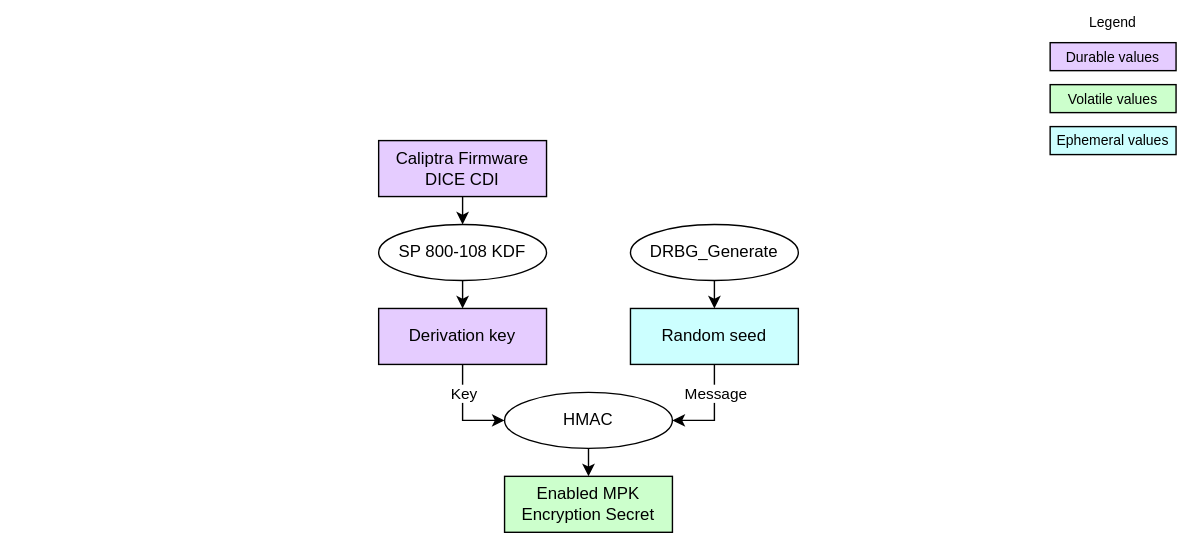
chipsalliance/Caliptra keeps this draw.io diagram as doc/ocp_lock/diagrams/enabled_mpk_secret_generation.drawio.svg. Above is the earlier version. Source tidied: cells renumbered, new cells last; positions are measured from the earlier drawing's top-left corner, leaving out a move shared by most shapes. Source of this version:
```xml
<mxGraphModel background="#ffffff">
  <root>
    <mxCell id="0" />
    <mxCell id="1" parent="0" />
    <mxCell id="2" style="edgeStyle=none;html=1;exitX=0.5;exitY=1;exitDx=0;exitDy=0;entryX=0.5;entryY=0;entryDx=0;entryDy=0;" parent="1" edge="1" source="12" target="5">
      <mxGeometry relative="1" as="geometry" />
    </mxCell>
    <mxCell id="3" style="edgeStyle=orthogonalEdgeStyle;html=1;exitX=0.5;exitY=1;exitDx=0;exitDy=0;entryX=1;entryY=0.5;entryDx=0;entryDy=0;rounded=0;" parent="1" edge="1" source="5" target="7">
      <mxGeometry relative="1" as="geometry" />
    </mxCell>
    <mxCell id="4" value="Message" style="edgeLabel;html=1;align=center;verticalAlign=middle;" parent="3" vertex="1">
      <mxGeometry x="-0.13" relative="1" as="geometry">
        <mxPoint y="-10" as="offset" />
      </mxGeometry>
    </mxCell>
    <mxCell id="5" value="&lt;div&gt;&lt;font color=&quot;#000000&quot;&gt;Random seed&lt;/font&gt;&lt;/div&gt;" style="rounded=0;whiteSpace=wrap;html=1;align=center;verticalAlign=middle;shadow=0;glass=0;spacingLeft=0;spacingBottom=0;spacingTop=0;fillColor=#CCFFFF;" parent="1" vertex="1">
      <mxGeometry x="450" y="220" width="120" height="40" as="geometry" />
    </mxCell>
    <mxCell id="6" style="edgeStyle=none;html=1;exitX=0.5;exitY=1;exitDx=0;exitDy=0;entryX=0.5;entryY=0;entryDx=0;entryDy=0;" parent="1" edge="1" source="7" target="8">
      <mxGeometry relative="1" as="geometry" />
    </mxCell>
    <mxCell id="7" value="HMAC" style="ellipse;whiteSpace=wrap;html=1;fillColor=#FFFFFF;" parent="1" vertex="1">
      <mxGeometry x="360" y="280" width="120" height="40" as="geometry" />
    </mxCell>
    <mxCell id="8" value="&lt;div&gt;&lt;font color=&quot;#000000&quot;&gt;Enabled MPK Encryption Secret&lt;/font&gt;&lt;/div&gt;" style="rounded=0;whiteSpace=wrap;html=1;align=center;verticalAlign=middle;shadow=0;glass=0;spacingLeft=0;spacingBottom=0;spacingTop=0;fillColor=#CCFFCC;" parent="1" vertex="1">
      <mxGeometry x="360" y="340" width="120" height="40" as="geometry" />
    </mxCell>
    <mxCell id="9" style="edgeStyle=orthogonalEdgeStyle;html=1;exitX=0.5;exitY=1;exitDx=0;exitDy=0;entryX=0;entryY=0.5;entryDx=0;entryDy=0;rounded=0;" parent="1" edge="1" source="11" target="7">
      <mxGeometry relative="1" as="geometry" />
    </mxCell>
    <mxCell id="10" value="Key" style="edgeLabel;html=1;align=center;verticalAlign=middle;" parent="9" vertex="1">
      <mxGeometry x="-0.16" relative="1" as="geometry">
        <mxPoint y="-10" as="offset" />
      </mxGeometry>
    </mxCell>
    <mxCell id="11" value="Derivation key" style="rounded=0;whiteSpace=wrap;html=1;align=center;verticalAlign=middle;shadow=0;glass=0;spacingLeft=0;spacingBottom=0;spacingTop=0;fillColor=#E5CCFF;" parent="1" vertex="1">
      <mxGeometry x="270" y="220" width="120" height="40" as="geometry" />
    </mxCell>
    <mxCell id="12" value="DRBG_Generate" style="ellipse;whiteSpace=wrap;html=1;fillColor=#FFFFFF;" parent="1" vertex="1">
      <mxGeometry x="450" y="160" width="120" height="40" as="geometry" />
    </mxCell>
    <mxCell id="13" value="&lt;div&gt;&lt;font color=&quot;#000000&quot;&gt;Durable values&lt;/font&gt;&lt;/div&gt;" style="rounded=0;whiteSpace=wrap;html=1;align=center;verticalAlign=middle;shadow=0;glass=0;spacingLeft=0;spacingBottom=0;spacingTop=0;fillColor=#E5CCFF;fontSize=10;" parent="1" vertex="1">
      <mxGeometry x="750" y="30" width="90" height="20" as="geometry" />
    </mxCell>
    <mxCell id="14" value="Legend" style="text;strokeColor=none;align=center;fillColor=none;html=1;verticalAlign=middle;whiteSpace=wrap;rounded=0;fontSize=10;" parent="1" vertex="1">
      <mxGeometry x="765" width="60" height="30" as="geometry" />
    </mxCell>
    <mxCell id="15" style="rounded=0;whiteSpace=wrap;html=1;align=center;verticalAlign=middle;shadow=0;glass=0;spacingLeft=0;spacingBottom=0;spacingTop=0;fillColor=#FFFFFF;fontSize=10;strokeColor=#FFFFFF;" parent="1" vertex="1">
      <mxGeometry y="40" width="90" height="20" as="geometry" />
    </mxCell>
    <mxCell id="16" style="edgeStyle=none;html=1;exitX=0.5;exitY=1;exitDx=0;exitDy=0;entryX=0.5;entryY=0;entryDx=0;entryDy=0;" parent="1" edge="1" source="17" target="19">
      <mxGeometry relative="1" as="geometry" />
    </mxCell>
    <mxCell id="17" value="&lt;div&gt;&lt;font color=&quot;#000000&quot;&gt;Caliptra Firmware DICE CDI&lt;/font&gt;&lt;/div&gt;" style="rounded=0;whiteSpace=wrap;html=1;align=center;verticalAlign=middle;shadow=0;glass=0;spacingLeft=0;spacingBottom=0;spacingTop=0;fillColor=#E5CCFF;" parent="1" vertex="1">
      <mxGeometry x="270" y="100" width="120" height="40" as="geometry" />
    </mxCell>
    <mxCell id="18" style="edgeStyle=none;html=1;exitX=0.5;exitY=1;exitDx=0;exitDy=0;entryX=0.5;entryY=0;entryDx=0;entryDy=0;" parent="1" edge="1" source="19" target="11">
      <mxGeometry relative="1" as="geometry" />
    </mxCell>
    <mxCell id="19" value="SP 800-108 KDF" style="ellipse;whiteSpace=wrap;html=1;fillColor=#FFFFFF;" parent="1" vertex="1">
      <mxGeometry x="270" y="160" width="120" height="40" as="geometry" />
    </mxCell>
    <mxCell id="20" value="&lt;div&gt;&lt;font color=&quot;#000000&quot;&gt;Ephemeral values&lt;/font&gt;&lt;/div&gt;" style="rounded=0;whiteSpace=wrap;html=1;align=center;verticalAlign=middle;shadow=0;glass=0;spacingLeft=0;spacingBottom=0;spacingTop=0;fillColor=#CCFFFF;fontSize=10;" parent="1" vertex="1">
      <mxGeometry x="750" y="90" width="90" height="20" as="geometry" />
    </mxCell>
    <mxCell id="21" value="&lt;div&gt;&lt;font color=&quot;#000000&quot;&gt;Volatile values&lt;/font&gt;&lt;/div&gt;" style="rounded=0;whiteSpace=wrap;html=1;align=center;verticalAlign=middle;shadow=0;glass=0;spacingLeft=0;spacingBottom=0;spacingTop=0;fillColor=#CCFFCC;fontSize=10;" parent="1" vertex="1">
      <mxGeometry x="750" y="60" width="90" height="20" as="geometry" />
    </mxCell>
  </root>
</mxGraphModel>
```
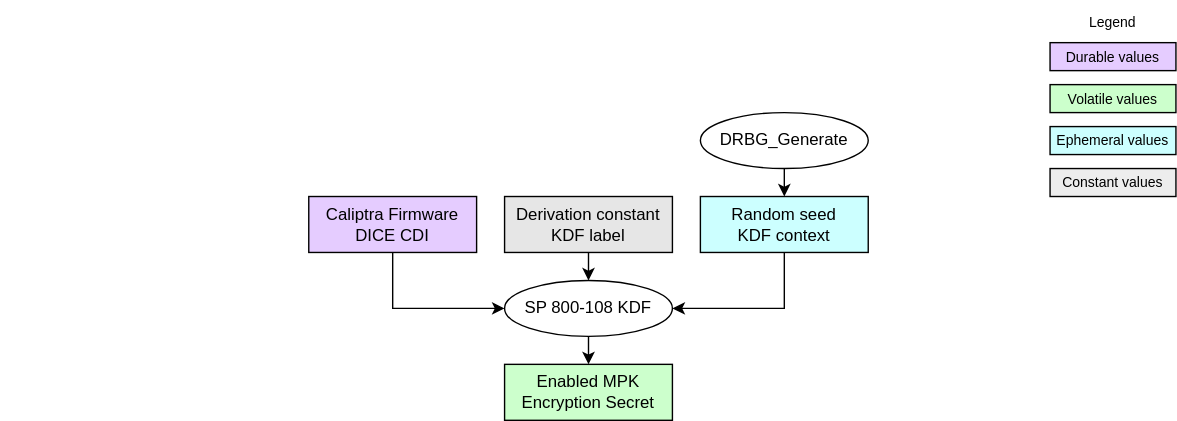
Above is the later version.

Diff of the diagram source:
```diff
@@ -5,39 +5,21 @@
     <mxCell id="2" style="edgeStyle=none;html=1;exitX=0.5;exitY=1;exitDx=0;exitDy=0;entryX=0.5;entryY=0;entryDx=0;entryDy=0;" parent="1" edge="1" source="12" target="5">
       <mxGeometry relative="1" as="geometry" />
     </mxCell>
-    <mxCell id="3" style="edgeStyle=orthogonalEdgeStyle;html=1;exitX=0.5;exitY=1;exitDx=0;exitDy=0;entryX=1;entryY=0.5;entryDx=0;entryDy=0;rounded=0;" parent="1" edge="1" source="5" target="7">
-      <mxGeometry relative="1" as="geometry" />
+    <mxCell id="3" style="edgeStyle=orthogonalEdgeStyle;html=1;exitX=0.5;exitY=1;exitDx=0;exitDy=0;entryX=1;entryY=0.5;entryDx=0;entryDy=0;rounded=0;" parent="1" edge="1" source="5" target="19">
+      <mxGeometry x="0.33" relative="1" as="geometry">
+        <Array as="points">
+          <mxPoint x="560" y="220" />
+        </Array>
+      </mxGeometry>
     </mxCell>
-    <mxCell id="4" value="Message" style="edgeLabel;html=1;align=center;verticalAlign=middle;" parent="3" vertex="1">
-      <mxGeometry x="-0.13" relative="1" as="geometry">
-        <mxPoint y="-10" as="offset" />
-      </mxGeometry>
-    </mxCell>
-    <mxCell id="5" value="&lt;div&gt;&lt;font color=&quot;#000000&quot;&gt;Random seed&lt;/font&gt;&lt;/div&gt;" style="rounded=0;whiteSpace=wrap;html=1;align=center;verticalAlign=middle;shadow=0;glass=0;spacingLeft=0;spacingBottom=0;spacingTop=0;fillColor=#CCFFFF;" parent="1" vertex="1">
-      <mxGeometry x="450" y="220" width="120" height="40" as="geometry" />
+    <mxCell id="5" value="&lt;div&gt;&lt;font color=&quot;#000000&quot;&gt;Random seed&lt;/font&gt;&lt;/div&gt;&lt;div&gt;&lt;font color=&quot;#000000&quot;&gt;KDF context&lt;/font&gt;&lt;/div&gt;" style="rounded=0;whiteSpace=wrap;html=1;align=center;verticalAlign=middle;shadow=0;glass=0;spacingLeft=0;spacingBottom=0;spacingTop=0;fillColor=#CCFFFF;" parent="1" vertex="1">
+      <mxGeometry x="500" y="140" width="120" height="40" as="geometry" />
     </mxCell>
-    <mxCell id="6" style="edgeStyle=none;html=1;exitX=0.5;exitY=1;exitDx=0;exitDy=0;entryX=0.5;entryY=0;entryDx=0;entryDy=0;" parent="1" edge="1" source="7" target="8">
-      <mxGeometry relative="1" as="geometry" />
-    </mxCell>
-    <mxCell id="7" value="HMAC" style="ellipse;whiteSpace=wrap;html=1;fillColor=#FFFFFF;" parent="1" vertex="1">
-      <mxGeometry x="360" y="280" width="120" height="40" as="geometry" />
-    </mxCell>
     <mxCell id="8" value="&lt;div&gt;&lt;font color=&quot;#000000&quot;&gt;Enabled MPK Encryption Secret&lt;/font&gt;&lt;/div&gt;" style="rounded=0;whiteSpace=wrap;html=1;align=center;verticalAlign=middle;shadow=0;glass=0;spacingLeft=0;spacingBottom=0;spacingTop=0;fillColor=#CCFFCC;" parent="1" vertex="1">
-      <mxGeometry x="360" y="340" width="120" height="40" as="geometry" />
+      <mxGeometry x="360" y="260" width="120" height="40" as="geometry" />
     </mxCell>
-    <mxCell id="9" style="edgeStyle=orthogonalEdgeStyle;html=1;exitX=0.5;exitY=1;exitDx=0;exitDy=0;entryX=0;entryY=0.5;entryDx=0;entryDy=0;rounded=0;" parent="1" edge="1" source="11" target="7">
-      <mxGeometry relative="1" as="geometry" />
-    </mxCell>
-    <mxCell id="10" value="Key" style="edgeLabel;html=1;align=center;verticalAlign=middle;" parent="9" vertex="1">
-      <mxGeometry x="-0.16" relative="1" as="geometry">
-        <mxPoint y="-10" as="offset" />
-      </mxGeometry>
-    </mxCell>
-    <mxCell id="11" value="Derivation key" style="rounded=0;whiteSpace=wrap;html=1;align=center;verticalAlign=middle;shadow=0;glass=0;spacingLeft=0;spacingBottom=0;spacingTop=0;fillColor=#E5CCFF;" parent="1" vertex="1">
-      <mxGeometry x="270" y="220" width="120" height="40" as="geometry" />
-    </mxCell>
     <mxCell id="12" value="DRBG_Generate" style="ellipse;whiteSpace=wrap;html=1;fillColor=#FFFFFF;" parent="1" vertex="1">
-      <mxGeometry x="450" y="160" width="120" height="40" as="geometry" />
+      <mxGeometry x="500" y="80" width="120" height="40" as="geometry" />
     </mxCell>
     <mxCell id="13" value="&lt;div&gt;&lt;font color=&quot;#000000&quot;&gt;Durable values&lt;/font&gt;&lt;/div&gt;" style="rounded=0;whiteSpace=wrap;html=1;align=center;verticalAlign=middle;shadow=0;glass=0;spacingLeft=0;spacingBottom=0;spacingTop=0;fillColor=#E5CCFF;fontSize=10;" parent="1" vertex="1">
       <mxGeometry x="750" y="30" width="90" height="20" as="geometry" />
@@ -48,17 +30,17 @@
     <mxCell id="15" style="rounded=0;whiteSpace=wrap;html=1;align=center;verticalAlign=middle;shadow=0;glass=0;spacingLeft=0;spacingBottom=0;spacingTop=0;fillColor=#FFFFFF;fontSize=10;strokeColor=#FFFFFF;" parent="1" vertex="1">
       <mxGeometry y="40" width="90" height="20" as="geometry" />
     </mxCell>
-    <mxCell id="16" style="edgeStyle=none;html=1;exitX=0.5;exitY=1;exitDx=0;exitDy=0;entryX=0.5;entryY=0;entryDx=0;entryDy=0;" parent="1" edge="1" source="17" target="19">
+    <mxCell id="16" style="edgeStyle=orthogonalEdgeStyle;html=1;exitX=0.5;exitY=1;exitDx=0;exitDy=0;entryX=0;entryY=0.5;entryDx=0;entryDy=0;rounded=0;" parent="1" edge="1" source="17" target="19">
       <mxGeometry relative="1" as="geometry" />
     </mxCell>
     <mxCell id="17" value="&lt;div&gt;&lt;font color=&quot;#000000&quot;&gt;Caliptra Firmware DICE CDI&lt;/font&gt;&lt;/div&gt;" style="rounded=0;whiteSpace=wrap;html=1;align=center;verticalAlign=middle;shadow=0;glass=0;spacingLeft=0;spacingBottom=0;spacingTop=0;fillColor=#E5CCFF;" parent="1" vertex="1">
-      <mxGeometry x="270" y="100" width="120" height="40" as="geometry" />
+      <mxGeometry x="220" y="140" width="120" height="40" as="geometry" />
     </mxCell>
-    <mxCell id="18" style="edgeStyle=none;html=1;exitX=0.5;exitY=1;exitDx=0;exitDy=0;entryX=0.5;entryY=0;entryDx=0;entryDy=0;" parent="1" edge="1" source="19" target="11">
+    <mxCell id="18" style="edgeStyle=none;html=1;exitX=0.5;exitY=1;exitDx=0;exitDy=0;entryX=0.5;entryY=0;entryDx=0;entryDy=0;" parent="1" edge="1" source="19" target="8">
       <mxGeometry relative="1" as="geometry" />
     </mxCell>
     <mxCell id="19" value="SP 800-108 KDF" style="ellipse;whiteSpace=wrap;html=1;fillColor=#FFFFFF;" parent="1" vertex="1">
-      <mxGeometry x="270" y="160" width="120" height="40" as="geometry" />
+      <mxGeometry x="360" y="200" width="120" height="40" as="geometry" />
     </mxCell>
     <mxCell id="20" value="&lt;div&gt;&lt;font color=&quot;#000000&quot;&gt;Ephemeral values&lt;/font&gt;&lt;/div&gt;" style="rounded=0;whiteSpace=wrap;html=1;align=center;verticalAlign=middle;shadow=0;glass=0;spacingLeft=0;spacingBottom=0;spacingTop=0;fillColor=#CCFFFF;fontSize=10;" parent="1" vertex="1">
       <mxGeometry x="750" y="90" width="90" height="20" as="geometry" />
@@ -66,5 +48,14 @@
     <mxCell id="21" value="&lt;div&gt;&lt;font color=&quot;#000000&quot;&gt;Volatile values&lt;/font&gt;&lt;/div&gt;" style="rounded=0;whiteSpace=wrap;html=1;align=center;verticalAlign=middle;shadow=0;glass=0;spacingLeft=0;spacingBottom=0;spacingTop=0;fillColor=#CCFFCC;fontSize=10;" parent="1" vertex="1">
       <mxGeometry x="750" y="60" width="90" height="20" as="geometry" />
     </mxCell>
+    <mxCell id="22" style="edgeStyle=none;html=1;exitX=0.5;exitY=1;exitDx=0;exitDy=0;entryX=0.5;entryY=0;entryDx=0;entryDy=0;" parent="1" edge="1" source="23" target="19">
+      <mxGeometry relative="1" as="geometry" />
+    </mxCell>
+    <mxCell id="23" value="&lt;div&gt;&lt;font color=&quot;#000000&quot;&gt;Derivation constant KDF label&lt;/font&gt;&lt;/div&gt;" style="rounded=0;whiteSpace=wrap;html=1;align=center;verticalAlign=middle;shadow=0;glass=0;spacingLeft=0;spacingBottom=0;spacingTop=0;fillColor=#E6E6E6;" parent="1" vertex="1">
+      <mxGeometry x="360" y="140" width="120" height="40" as="geometry" />
+    </mxCell>
+    <mxCell id="24" value="&lt;div&gt;&lt;font color=&quot;#000000&quot;&gt;Constant values&lt;/font&gt;&lt;/div&gt;" style="rounded=0;whiteSpace=wrap;html=1;align=center;verticalAlign=middle;shadow=0;glass=0;spacingLeft=0;spacingBottom=0;spacingTop=0;fillColor=#EDEDED;fontSize=10;" parent="1" vertex="1">
+      <mxGeometry x="750" y="120" width="90" height="20" as="geometry" />
+    </mxCell>
   </root>
 </mxGraphModel>
```
